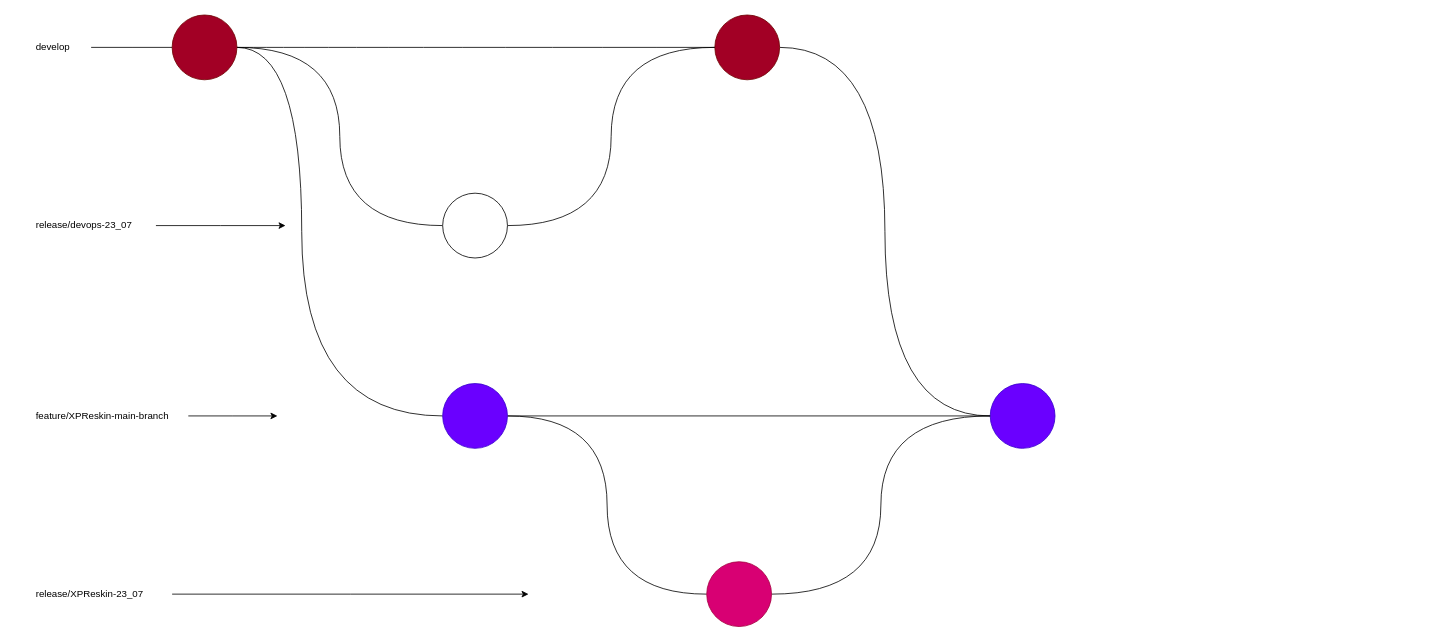
Above: XPReskin-branching.drawio in pettll/diagrams (draw.io), before the change. Source tidied: cells renumbered, new cells numbered last; positions are measured from the earlier drawing's top-left corner, leaving out a move shared by most shapes. Both pictures are drawn from the tidied source at 81%, with x=0, y=0 at pixel (34, 15).
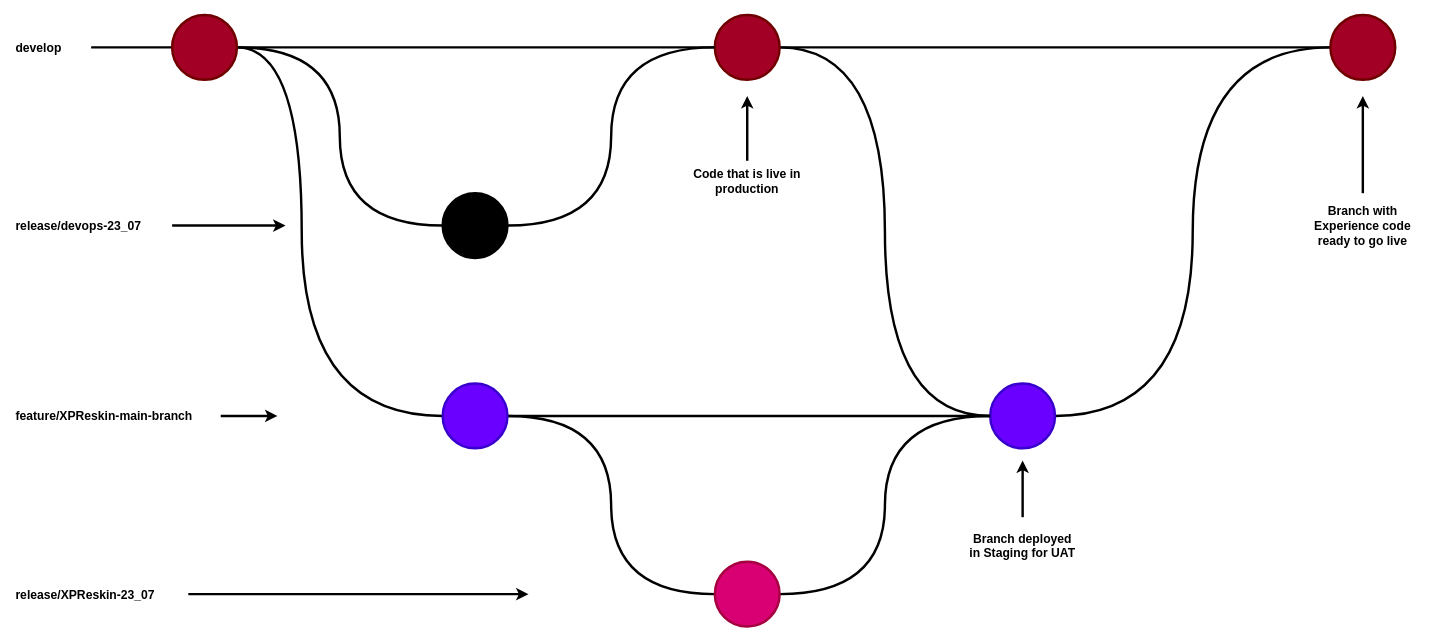
The same diagram, later.

Diff of the diagram source:
```diff
@@
-    <mxCell id="2" style="edgeStyle=orthogonalEdgeStyle;rounded=0;jettySize=auto;html=1;entryX=0;entryY=0.5;entryDx=0;entryDy=0;endArrow=none;endFill=0;curved=1;" parent="1" edge="1" source="6" target="8">
+    <mxCell id="2" style="edgeStyle=orthogonalEdgeStyle;rounded=0;jettySize=auto;html=1;entryX=0;entryY=0.5;entryDx=0;entryDy=0;endArrow=none;endFill=0;curved=1;strokeWidth=3;fontStyle=1;fontSize=15;" parent="1" edge="1" source="6" target="8">
       <mxGeometry relative="1" as="geometry" />
     </mxCell>
-    <mxCell id="3" style="edgeStyle=orthogonalEdgeStyle;rounded=0;jettySize=auto;html=1;entryX=0;entryY=0.5;entryDx=0;entryDy=0;curved=1;endArrow=none;endFill=0;" parent="1" edge="1" source="6" target="10">
+    <mxCell id="3" style="edgeStyle=orthogonalEdgeStyle;rounded=0;jettySize=auto;html=1;entryX=0;entryY=0.5;entryDx=0;entryDy=0;curved=1;endArrow=none;endFill=0;strokeWidth=3;fontStyle=1;fontSize=15;" parent="1" edge="1" source="6" target="10">
       <mxGeometry relative="1" as="geometry" />
     </mxCell>
-    <mxCell id="4" style="edgeStyle=orthogonalEdgeStyle;rounded=0;jettySize=auto;html=1;endArrow=none;endFill=0;" parent="1" edge="1" source="6">
+    <mxCell id="4" style="edgeStyle=orthogonalEdgeStyle;rounded=0;jettySize=auto;html=1;endArrow=none;endFill=0;strokeWidth=3;fontStyle=1;fontSize=15;" parent="1" edge="1" source="6">
       <mxGeometry relative="1" as="geometry">
         <mxPoint x="70" y="40" as="targetPoint" />
       </mxGeometry>
     </mxCell>
-    <mxCell id="5" style="edgeStyle=orthogonalEdgeStyle;rounded=0;jettySize=auto;html=1;entryX=0;entryY=0.5;entryDx=0;entryDy=0;endArrow=none;endFill=0;curved=1;" parent="1" edge="1" source="6" target="16">
+    <mxCell id="5" style="edgeStyle=orthogonalEdgeStyle;rounded=0;jettySize=auto;html=1;entryX=0;entryY=0.5;entryDx=0;entryDy=0;endArrow=none;endFill=0;curved=1;strokeWidth=3;fontStyle=1;fontSize=15;" parent="1" edge="1" source="6" target="16">
       <mxGeometry relative="1" as="geometry">
         <Array as="points">
           <mxPoint x="330" y="40" />
           <mxPoint x="330" y="495" />
         </Array>
       </mxGeometry>
     </mxCell>
-    <mxCell id="6" style="ellipse;whiteSpace=wrap;html=1;fillColor=#a20025;fontColor=#ffffff;strokeColor=#6F0000;" parent="1" vertex="1">
+    <mxCell id="6" style="ellipse;whiteSpace=wrap;html=1;fillColor=#a20025;fontColor=#ffffff;strokeColor=#6F0000;strokeWidth=3;fontStyle=1;fontSize=15;" parent="1" vertex="1">
       <mxGeometry x="170" width="80" height="80" as="geometry" />
     </mxCell>
-    <mxCell id="7" style="edgeStyle=orthogonalEdgeStyle;rounded=0;jettySize=auto;html=1;entryX=0;entryY=0.5;entryDx=0;entryDy=0;endArrow=none;endFill=0;curved=1;" parent="1" edge="1" source="8" target="21">
+    <mxCell id="7" style="edgeStyle=orthogonalEdgeStyle;rounded=0;jettySize=auto;html=1;entryX=0;entryY=0.5;entryDx=0;entryDy=0;endArrow=none;endFill=0;curved=1;strokeWidth=3;fontStyle=1;fontSize=15;" parent="1" edge="1" source="8" target="21">
       <mxGeometry relative="1" as="geometry" />
     </mxCell>
+    <mxCell id="24" style="edgeStyle=orthogonalEdgeStyle;rounded=0;jettySize=auto;html=1;entryX=0;entryY=0.5;entryDx=0;entryDy=0;endArrow=none;endFill=0;strokeWidth=3;fontStyle=1;fontSize=15;" parent="1" edge="1" source="8" target="26">
+      <mxGeometry relative="1" as="geometry" />
+    </mxCell>
-    <mxCell id="8" style="ellipse;whiteSpace=wrap;html=1;fillColor=#a20025;fontColor=#ffffff;strokeColor=#6F0000;" parent="1" vertex="1">
+    <mxCell id="8" style="ellipse;whiteSpace=wrap;html=1;fillColor=#a20025;fontColor=#ffffff;strokeColor=#6F0000;strokeWidth=3;fontStyle=1;fontSize=15;" parent="1" vertex="1">
       <mxGeometry x="840" width="80" height="80" as="geometry" />
     </mxCell>
-    <mxCell id="9" style="edgeStyle=orthogonalEdgeStyle;rounded=0;jettySize=auto;html=1;entryX=0;entryY=0.5;entryDx=0;entryDy=0;endArrow=none;endFill=0;curved=1;" parent="1" edge="1" source="10" target="8">
+    <mxCell id="9" style="edgeStyle=orthogonalEdgeStyle;rounded=0;jettySize=auto;html=1;entryX=0;entryY=0.5;entryDx=0;entryDy=0;endArrow=none;endFill=0;curved=1;strokeWidth=3;fontStyle=1;fontSize=15;" parent="1" edge="1" source="10" target="8">
       <mxGeometry relative="1" as="geometry" />
     </mxCell>
-    <mxCell id="10" style="ellipse;whiteSpace=wrap;html=1;" parent="1" vertex="1">
+    <mxCell id="10" style="ellipse;whiteSpace=wrap;html=1;fillColor=#000000;fillStyle=solid;strokeWidth=3;fontStyle=1;fontSize=15;" parent="1" vertex="1">
       <mxGeometry x="504" y="220" width="80" height="80" as="geometry" />
     </mxCell>
-    <mxCell id="11" value="develop" style="text;strokeColor=none;align=left;fillColor=none;html=1;verticalAlign=middle;whiteSpace=wrap;rounded=0;" parent="1" vertex="1">
-      <mxGeometry y="25" width="60" height="30" as="geometry" />
+    <mxCell id="11" value="develop" style="text;strokeColor=none;align=left;fillColor=none;html=1;verticalAlign=middle;whiteSpace=wrap;rounded=0;strokeWidth=3;fontStyle=1;fontSize=15;" parent="1" vertex="1">
+      <mxGeometry x="-25" y="25" width="60" height="30" as="geometry" />
     </mxCell>
-    <mxCell id="12" style="edgeStyle=orthogonalEdgeStyle;rounded=0;jettySize=auto;html=1;" parent="1" edge="1" source="13">
+    <mxCell id="12" style="edgeStyle=orthogonalEdgeStyle;rounded=0;jettySize=auto;html=1;strokeWidth=3;fontStyle=1;fontSize=15;" parent="1" edge="1" source="13">
       <mxGeometry relative="1" as="geometry">
         <mxPoint x="310" y="260" as="targetPoint" />
       </mxGeometry>
     </mxCell>
-    <mxCell id="13" value="release/devops-23_07" style="text;strokeColor=none;align=left;fillColor=none;html=1;verticalAlign=middle;whiteSpace=wrap;rounded=0;" parent="1" vertex="1">
-      <mxGeometry y="245" width="150" height="30" as="geometry" />
+    <mxCell id="13" value="release/devops-23_07" style="text;strokeColor=none;align=left;fillColor=none;html=1;verticalAlign=middle;whiteSpace=wrap;rounded=0;strokeWidth=3;fontStyle=1;fontSize=15;" parent="1" vertex="1">
+      <mxGeometry x="-25" y="245" width="195" height="30" as="geometry" />
     </mxCell>
-    <mxCell id="14" style="edgeStyle=orthogonalEdgeStyle;rounded=0;jettySize=auto;html=1;endArrow=none;endFill=0;" parent="1" edge="1" source="16" target="21">
+    <mxCell id="14" style="edgeStyle=orthogonalEdgeStyle;rounded=0;jettySize=auto;html=1;endArrow=none;endFill=0;strokeWidth=3;fontStyle=1;fontSize=15;" parent="1" edge="1" source="16" target="21">
       <mxGeometry relative="1" as="geometry" />
     </mxCell>
-    <mxCell id="15" style="edgeStyle=orthogonalEdgeStyle;rounded=0;jettySize=auto;html=1;entryX=0;entryY=0.5;entryDx=0;entryDy=0;curved=1;endArrow=none;endFill=0;" parent="1" edge="1" source="16" target="23">
+    <mxCell id="15" style="edgeStyle=orthogonalEdgeStyle;rounded=0;jettySize=auto;html=1;entryX=0;entryY=0.5;entryDx=0;entryDy=0;curved=1;endArrow=none;endFill=0;strokeWidth=3;fontStyle=1;fontSize=15;" parent="1" edge="1" source="16" target="23">
       <mxGeometry relative="1" as="geometry" />
     </mxCell>
-    <mxCell id="16" style="ellipse;whiteSpace=wrap;html=1;fillColor=#6a00ff;fontColor=#ffffff;strokeColor=#3700CC;" parent="1" vertex="1">
+    <mxCell id="16" style="ellipse;whiteSpace=wrap;html=1;fillColor=#6a00ff;fontColor=#ffffff;strokeColor=#3700CC;strokeWidth=3;fontStyle=1;fontSize=15;" parent="1" vertex="1">
       <mxGeometry x="504" y="455" width="80" height="80" as="geometry" />
     </mxCell>
-    <mxCell id="17" style="edgeStyle=orthogonalEdgeStyle;rounded=0;jettySize=auto;html=1;" parent="1" edge="1" source="18">
+    <mxCell id="17" style="edgeStyle=orthogonalEdgeStyle;rounded=0;jettySize=auto;html=1;strokeWidth=3;fontStyle=1;fontSize=15;" parent="1" edge="1" source="18">
       <mxGeometry relative="1" as="geometry">
         <mxPoint x="610" y="715" as="targetPoint" />
       </mxGeometry>
     </mxCell>
-    <mxCell id="18" value="release/XPReskin-23_07" style="text;strokeColor=none;align=left;fillColor=none;html=1;verticalAlign=middle;whiteSpace=wrap;rounded=0;" parent="1" vertex="1">
-      <mxGeometry y="700" width="170" height="30" as="geometry" />
+    <mxCell id="18" value="release/XPReskin-23_07" style="text;strokeColor=none;align=left;fillColor=none;html=1;verticalAlign=middle;whiteSpace=wrap;rounded=0;strokeWidth=3;fontStyle=1;fontSize=15;" parent="1" vertex="1">
+      <mxGeometry x="-25" y="700" width="215" height="30" as="geometry" />
     </mxCell>
-    <mxCell id="19" style="edgeStyle=orthogonalEdgeStyle;rounded=0;jettySize=auto;html=1;" parent="1" edge="1" source="20">
+    <mxCell id="19" style="edgeStyle=orthogonalEdgeStyle;rounded=0;jettySize=auto;html=1;strokeWidth=3;fontStyle=1;fontSize=15;" parent="1" edge="1" source="20">
       <mxGeometry relative="1" as="geometry">
         <mxPoint x="300" y="495" as="targetPoint" />
       </mxGeometry>
     </mxCell>
-    <mxCell id="20" value="feature/XPReskin-main-branch" style="text;strokeColor=none;align=left;fillColor=none;html=1;verticalAlign=middle;whiteSpace=wrap;rounded=0;" parent="1" vertex="1">
-      <mxGeometry y="480" width="190" height="30" as="geometry" />
+    <mxCell id="20" value="feature/XPReskin-main-branch" style="text;strokeColor=none;align=left;fillColor=none;html=1;verticalAlign=middle;whiteSpace=wrap;rounded=0;strokeWidth=3;fontStyle=1;fontSize=15;" parent="1" vertex="1">
+      <mxGeometry x="-25" y="480" width="255" height="30" as="geometry" />
     </mxCell>
+    <mxCell id="25" style="edgeStyle=orthogonalEdgeStyle;rounded=0;jettySize=auto;html=1;entryX=0;entryY=0.5;entryDx=0;entryDy=0;curved=1;endArrow=none;endFill=0;strokeWidth=3;fontStyle=1;fontSize=15;" parent="1" edge="1" source="21" target="26">
+      <mxGeometry relative="1" as="geometry" />
+    </mxCell>
-    <mxCell id="21" style="ellipse;whiteSpace=wrap;html=1;fillColor=#6a00ff;fontColor=#ffffff;strokeColor=#3700CC;" parent="1" vertex="1">
+    <mxCell id="21" style="ellipse;whiteSpace=wrap;html=1;fillColor=#6a00ff;fontColor=#ffffff;strokeColor=#3700CC;strokeWidth=3;fontStyle=1;fontSize=15;" parent="1" vertex="1">
       <mxGeometry x="1180" y="455" width="80" height="80" as="geometry" />
     </mxCell>
-    <mxCell id="22" style="edgeStyle=orthogonalEdgeStyle;rounded=0;jettySize=auto;html=1;entryX=0;entryY=0.5;entryDx=0;entryDy=0;curved=1;endArrow=none;endFill=0;" parent="1" edge="1" source="23" target="21">
+    <mxCell id="22" style="edgeStyle=orthogonalEdgeStyle;rounded=0;jettySize=auto;html=1;entryX=0;entryY=0.5;entryDx=0;entryDy=0;curved=1;endArrow=none;endFill=0;strokeWidth=3;fontStyle=1;fontSize=15;" parent="1" edge="1" source="23" target="21">
       <mxGeometry relative="1" as="geometry" />
     </mxCell>
-    <mxCell id="23" style="ellipse;whiteSpace=wrap;html=1;fillColor=#d80073;fontColor=#ffffff;strokeColor=#A50040;" parent="1" vertex="1">
-      <mxGeometry x="830" y="675" width="80" height="80" as="geometry" />
+    <mxCell id="23" style="ellipse;whiteSpace=wrap;html=1;fillColor=#d80073;fontColor=#ffffff;strokeColor=#A50040;strokeWidth=3;fontStyle=1;fontSize=15;" parent="1" vertex="1">
+      <mxGeometry x="840" y="675" width="80" height="80" as="geometry" />
     </mxCell>
+    <mxCell id="26" style="ellipse;whiteSpace=wrap;html=1;fillColor=#a20025;fontColor=#ffffff;strokeColor=#6F0000;strokeWidth=3;fontStyle=1;fontSize=15;" parent="1" vertex="1">
+      <mxGeometry x="1600" width="80" height="80" as="geometry" />
+    </mxCell>
+    <mxCell id="27" style="edgeStyle=orthogonalEdgeStyle;rounded=0;orthogonalLoop=1;jettySize=auto;html=1;strokeWidth=3;fontStyle=1;fontSize=15;" parent="1" edge="1">
+      <mxGeometry relative="1" as="geometry">
+        <mxPoint x="1220" y="620" as="sourcePoint" />
+        <mxPoint x="1220" y="550" as="targetPoint" />
+      </mxGeometry>
+    </mxCell>
+    <mxCell id="28" value="Branch deployed in Staging for UAT" style="text;html=1;strokeColor=none;fillColor=none;align=center;verticalAlign=middle;whiteSpace=wrap;rounded=0;strokeWidth=3;fontStyle=1;fontSize=15;" parent="1" vertex="1">
+      <mxGeometry x="1150" y="640" width="140" height="30" as="geometry" />
+    </mxCell>
+    <mxCell id="29" style="edgeStyle=orthogonalEdgeStyle;rounded=0;orthogonalLoop=1;jettySize=auto;html=1;strokeWidth=3;fontStyle=1;fontSize=15;" parent="1" edge="1">
+      <mxGeometry relative="1" as="geometry">
+        <mxPoint x="1640" y="220" as="sourcePoint" />
+        <mxPoint x="1640" y="100" as="targetPoint" />
+      </mxGeometry>
+    </mxCell>
+    <mxCell id="30" value="Branch with Experience code ready to go live" style="text;html=1;strokeColor=none;fillColor=none;align=center;verticalAlign=middle;whiteSpace=wrap;rounded=0;strokeWidth=3;fontStyle=1;fontSize=15;" parent="1" vertex="1">
+      <mxGeometry x="1570" y="245" width="140" height="30" as="geometry" />
+    </mxCell>
+    <mxCell id="31" style="edgeStyle=orthogonalEdgeStyle;rounded=0;orthogonalLoop=1;jettySize=auto;html=1;strokeWidth=3;fontStyle=1;fontSize=15;" parent="1" edge="1">
+      <mxGeometry relative="1" as="geometry">
+        <mxPoint x="880" y="180" as="sourcePoint" />
+        <mxPoint x="880" y="100" as="targetPoint" />
+      </mxGeometry>
+    </mxCell>
+    <mxCell id="32" value="Code that is live in production" style="text;html=1;strokeColor=none;fillColor=none;align=center;verticalAlign=middle;whiteSpace=wrap;rounded=0;strokeWidth=3;fontStyle=1;fontSize=15;" parent="1" vertex="1">
+      <mxGeometry x="810" y="190" width="140" height="30" as="geometry" />
+    </mxCell>
```
